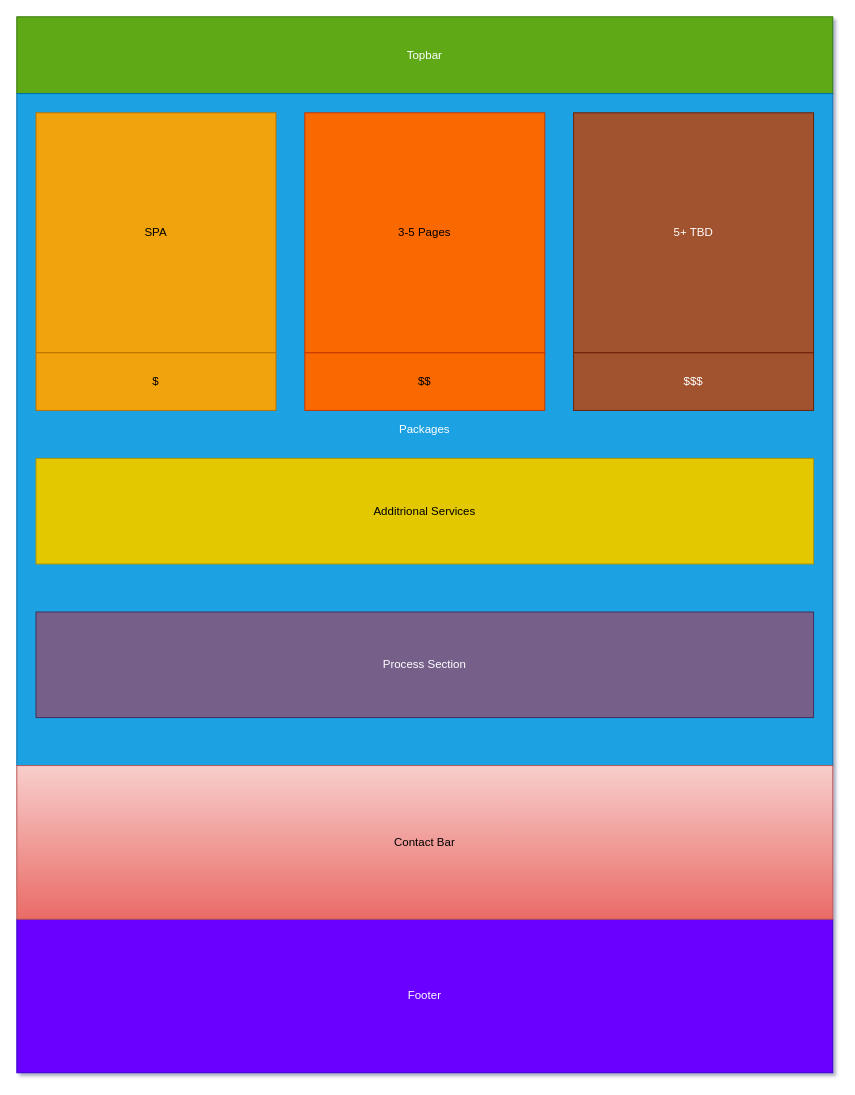
Above: page "Packages" (2 of 4) of Frontend/src/Wireframes/WebsiteStructure/Structure.drawio in DeanWilcoxson/BusinessWebsite (draw.io), before the change. Source tidied: cells renumbered, new cells numbered last; positions are measured from the earlier drawing's top-left corner, leaving out a move shared by most shapes. Both pictures are drawn from the tidied source at 96%, with x=0, y=0 at pixel (16, 16).
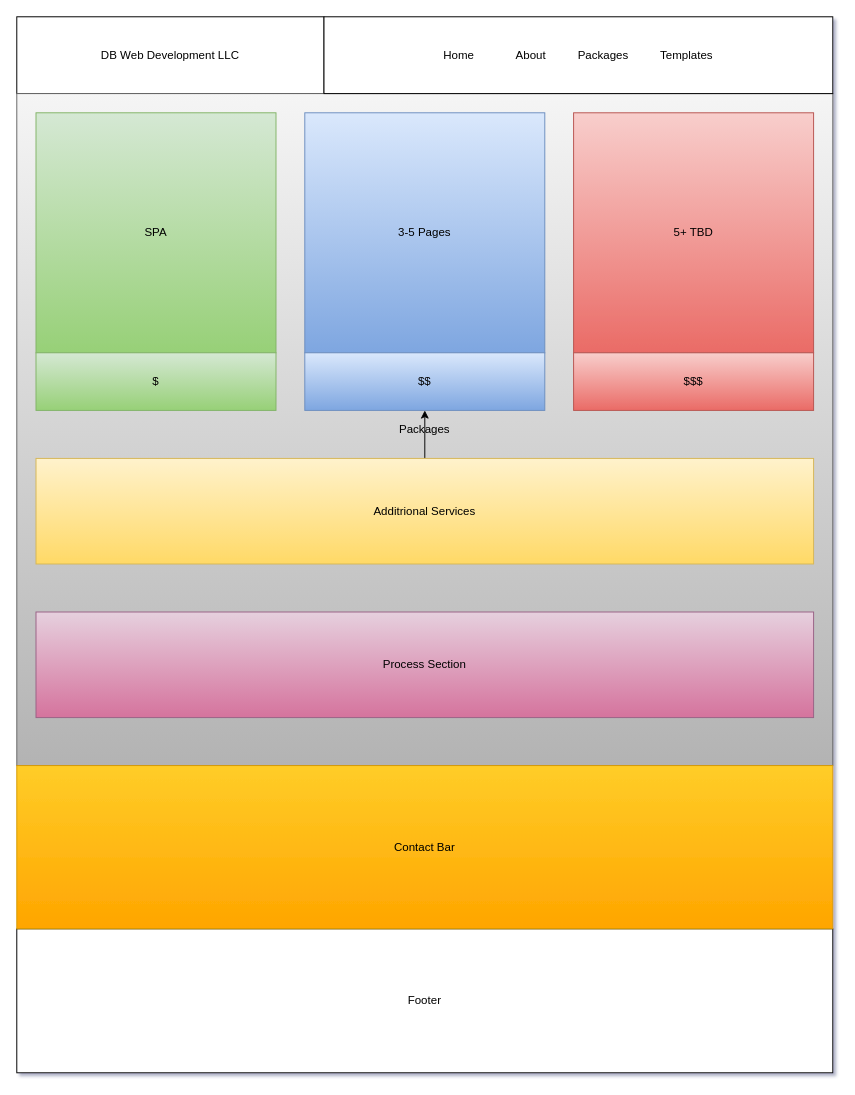
Above is the later version.

What changed in the source:
```diff
@@
 <mxGraphModel shadow="1">
   <root>
     <mxCell id="0" />
     <mxCell id="1" parent="0" />
-    <mxCell id="2" value="Topbar" style="rounded=0;whiteSpace=wrap;html=1;fillColor=#60a917;fontColor=#ffffff;strokeColor=#2D7600;" parent="1" vertex="1">
-      <mxGeometry width="850" height="80" as="geometry" />
+    <mxCell id="2" value="DB Web Development LLC" style="rounded=0;whiteSpace=wrap;html=1;" parent="1" vertex="1">
+      <mxGeometry width="320" height="80" as="geometry" />
     </mxCell>
-    <mxCell id="3" value="Packages" style="rounded=0;whiteSpace=wrap;html=1;fillColor=#1ba1e2;strokeColor=#006EAF;fontColor=#ffffff;" parent="1" vertex="1">
+    <mxCell id="3" value="Packages" style="rounded=0;whiteSpace=wrap;html=1;fillColor=#f5f5f5;strokeColor=#666666;gradientColor=#b3b3b3;fontColor=#000000;" parent="1" vertex="1">
       <mxGeometry y="80" width="850" height="700" as="geometry" />
     </mxCell>
-    <mxCell id="4" value="SPA" style="whiteSpace=wrap;html=1;fillColor=#f0a30a;fontColor=#000000;strokeColor=#BD7000;" parent="1" vertex="1">
+    <mxCell id="4" value="SPA" style="whiteSpace=wrap;html=1;fillColor=#d5e8d4;strokeColor=#82b366;gradientColor=#97d077;fontColor=#000000;" parent="1" vertex="1">
       <mxGeometry x="20" y="100" width="250" height="250" as="geometry" />
     </mxCell>
-    <mxCell id="5" value="3-5 Pages" style="whiteSpace=wrap;html=1;fillColor=#fa6800;fontColor=#000000;strokeColor=#C73500;" parent="1" vertex="1">
+    <mxCell id="5" value="3-5 Pages" style="whiteSpace=wrap;html=1;fillColor=#dae8fc;strokeColor=#6c8ebf;gradientColor=#7ea6e0;fontColor=#000000;" parent="1" vertex="1">
       <mxGeometry x="300" y="100" width="250" height="250" as="geometry" />
     </mxCell>
-    <mxCell id="6" value="5+ TBD" style="whiteSpace=wrap;html=1;fillColor=#a0522d;fontColor=#ffffff;strokeColor=#6D1F00;" parent="1" vertex="1">
+    <mxCell id="6" value="5+ TBD" style="whiteSpace=wrap;html=1;fillColor=#f8cecc;strokeColor=#b85450;gradientColor=#ea6b66;fontColor=#000000;" parent="1" vertex="1">
       <mxGeometry x="580" y="100" width="250" height="250" as="geometry" />
     </mxCell>
-    <mxCell id="7" value="Footer" style="rounded=0;whiteSpace=wrap;html=1;fillColor=#6a00ff;strokeColor=#3700CC;fontColor=#ffffff;" parent="1" vertex="1">
-      <mxGeometry y="940" width="850" height="160" as="geometry" />
+    <mxCell id="7" value="Footer" style="rounded=0;whiteSpace=wrap;html=1;" parent="1" vertex="1">
+      <mxGeometry y="950" width="850" height="150" as="geometry" />
     </mxCell>
-    <mxCell id="8" value="$" style="rounded=0;whiteSpace=wrap;html=1;fillColor=#f0a30a;fontColor=#000000;strokeColor=#BD7000;" parent="1" vertex="1">
+    <mxCell id="8" value="$" style="rounded=0;whiteSpace=wrap;html=1;fillColor=#d5e8d4;strokeColor=#82b366;gradientColor=#97d077;fontColor=#000000;" parent="1" vertex="1">
       <mxGeometry x="20" y="350" width="250" height="60" as="geometry" />
     </mxCell>
-    <mxCell id="9" value="$$" style="rounded=0;whiteSpace=wrap;html=1;fillColor=#fa6800;fontColor=#000000;strokeColor=#C73500;" parent="1" vertex="1">
+    <mxCell id="9" value="$$" style="rounded=0;whiteSpace=wrap;html=1;fillColor=#dae8fc;strokeColor=#6c8ebf;gradientColor=#7ea6e0;fontColor=#000000;" parent="1" vertex="1">
       <mxGeometry x="300" y="350" width="250" height="60" as="geometry" />
     </mxCell>
-    <mxCell id="10" value="$$$" style="rounded=0;whiteSpace=wrap;html=1;fillColor=#a0522d;fontColor=#ffffff;strokeColor=#6D1F00;" parent="1" vertex="1">
+    <mxCell id="10" value="$$$" style="rounded=0;whiteSpace=wrap;html=1;fillColor=#f8cecc;strokeColor=#b85450;gradientColor=#ea6b66;fontColor=#000000;" parent="1" vertex="1">
       <mxGeometry x="580" y="350" width="250" height="60" as="geometry" />
     </mxCell>
-    <mxCell id="11" value="Process Section" style="rounded=0;whiteSpace=wrap;html=1;fillColor=#76608a;fontColor=#ffffff;strokeColor=#432D57;" parent="1" vertex="1">
+    <mxCell id="11" value="Process Section" style="rounded=0;whiteSpace=wrap;html=1;fillColor=#e6d0de;strokeColor=#996185;gradientColor=#d5739d;fontColor=#000000;" parent="1" vertex="1">
       <mxGeometry x="20" y="620" width="810" height="110" as="geometry" />
     </mxCell>
-    <mxCell id="12" value="Contact Bar" style="rounded=0;whiteSpace=wrap;html=1;fillColor=#f8cecc;strokeColor=#b85450;gradientColor=#ea6b66;" parent="1" vertex="1">
-      <mxGeometry y="780" width="850" height="160" as="geometry" />
+    <mxCell id="12" value="Contact Bar" style="rounded=0;whiteSpace=wrap;html=1;fillColor=#ffcd28;strokeColor=#d79b00;gradientColor=#ffa500;fontColor=#000000;" parent="1" vertex="1">
+      <mxGeometry y="780" width="850" height="170" as="geometry" />
     </mxCell>
+    <mxCell id="14" style="edgeStyle=none;html=1;fontColor=#000000;" parent="1" edge="1" source="13" target="9">
+      <mxGeometry relative="1" as="geometry" />
+    </mxCell>
-    <mxCell id="13" value="Additrional Services" style="rounded=0;whiteSpace=wrap;html=1;fillColor=#e3c800;fontColor=#000000;strokeColor=#B09500;" parent="1" vertex="1">
+    <mxCell id="13" value="Additrional Services" style="rounded=0;whiteSpace=wrap;html=1;fillColor=#fff2cc;strokeColor=#d6b656;gradientColor=#ffd966;fontColor=#000000;" parent="1" vertex="1">
       <mxGeometry x="20" y="460" width="810" height="110" as="geometry" />
     </mxCell>
+    <mxCell id="15" value="&lt;span&gt;Home&amp;nbsp; &amp;nbsp; &amp;nbsp; &amp;nbsp; &amp;nbsp; &amp;nbsp; &amp;nbsp;About&amp;nbsp; &amp;nbsp; &amp;nbsp; &amp;nbsp; &amp;nbsp; Packages&amp;nbsp; &amp;nbsp; &amp;nbsp; &amp;nbsp; &amp;nbsp; Templates&lt;/span&gt;" style="rounded=0;whiteSpace=wrap;html=1;" parent="1" vertex="1">
+      <mxGeometry x="320" width="530" height="80" as="geometry" />
+    </mxCell>
   </root>
 </mxGraphModel>
```
